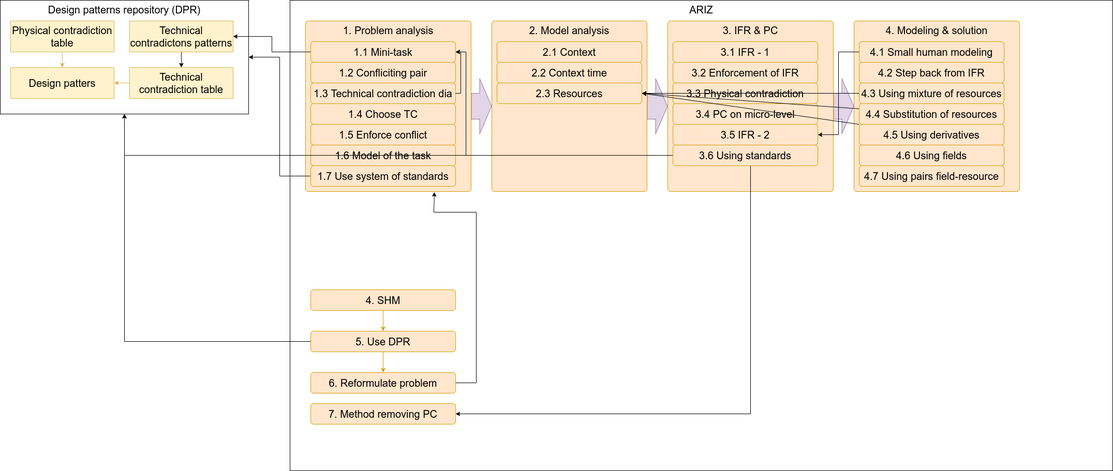
Above: AI_Neurotechnologies_bla_bla_bla_course/TRIZ-ARIZ.png in max-talanov/1 (draw.io), before the change. Source tidied: cells renumbered, new cells last; positions are measured from the earlier drawing's top-left corner, leaving out a move shared by most shapes.
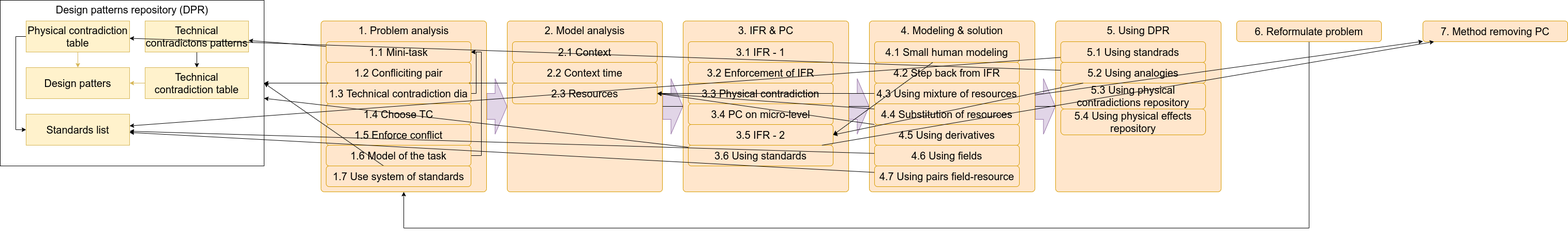
The same diagram one commit later.

Commit message:
decomposed step 5

Change to the diagram source:
```diff
@@ -2,35 +2,19 @@
   <root>
     <mxCell id="0" />
     <mxCell id="1" parent="0" />
-    <mxCell id="2" value="ARIZ" style="rounded=0;whiteSpace=wrap;html=1;fontSize=20;verticalAlign=top;" parent="1" vertex="1">
-      <mxGeometry x="560" width="1590" height="910" as="geometry" />
-    </mxCell>
-    <mxCell id="3" style="edgeStyle=orthogonalEdgeStyle;rounded=0;jettySize=auto;html=1;fontSize=20;fillColor=#ffe6cc;strokeColor=#d79b00;" parent="1" edge="1" source="4" target="6">
-      <mxGeometry relative="1" as="geometry" />
-    </mxCell>
-    <mxCell id="4" value="4. SHM" style="rounded=1;whiteSpace=wrap;html=1;fillColor=#ffe6cc;strokeColor=#d79b00;fontSize=20;" parent="1" vertex="1">
-      <mxGeometry x="600" y="560" width="280" height="40" as="geometry" />
-    </mxCell>
-    <mxCell id="5" style="edgeStyle=orthogonalEdgeStyle;rounded=0;jettySize=auto;html=1;fontSize=20;fillColor=#ffe6cc;strokeColor=#d79b00;" parent="1" edge="1" source="6" target="8">
-      <mxGeometry relative="1" as="geometry" />
-    </mxCell>
-    <mxCell id="6" value="5. Use DPR" style="rounded=1;whiteSpace=wrap;html=1;fillColor=#ffe6cc;strokeColor=#d79b00;fontSize=20;" parent="1" vertex="1">
-      <mxGeometry x="600" y="640" width="280" height="40" as="geometry" />
-    </mxCell>
-    <mxCell id="7" style="edgeStyle=orthogonalEdgeStyle;rounded=0;jettySize=auto;html=1;fontSize=20;entryX=0.778;entryY=1.003;entryDx=0;entryDy=0;entryPerimeter=0;" parent="1" edge="1" source="8" target="16">
+    <mxCell id="7" style="edgeStyle=orthogonalEdgeStyle;rounded=0;jettySize=auto;html=1;fontSize=20;" parent="1" edge="1" source="8" target="16">
       <mxGeometry relative="1" as="geometry">
         <Array as="points">
-          <mxPoint x="920" y="740" />
-          <mxPoint x="920" y="410" />
-          <mxPoint x="838" y="410" />
+          <mxPoint x="2500" y="440" />
+          <mxPoint x="750" y="440" />
         </Array>
       </mxGeometry>
     </mxCell>
     <mxCell id="8" value="6. Reformulate problem" style="rounded=1;whiteSpace=wrap;html=1;fillColor=#ffe6cc;strokeColor=#d79b00;fontSize=20;" parent="1" vertex="1">
-      <mxGeometry x="600" y="720" width="280" height="40" as="geometry" />
+      <mxGeometry x="2360" y="40" width="280" height="40" as="geometry" />
     </mxCell>
     <mxCell id="9" value="Design patterns repository (DPR)" style="rounded=0;whiteSpace=wrap;html=1;fontSize=20;verticalAlign=top;" parent="1" vertex="1">
-      <mxGeometry width="480" height="220" as="geometry" />
+      <mxGeometry x="-30" width="510" height="320" as="geometry" />
     </mxCell>
     <mxCell id="10" style="shape=flexArrow;endArrow=classic;html=1;rounded=0;endWidth=56;endSize=7.33;width=50;entryX=0;entryY=0.5;entryDx=0;entryDy=0;exitX=1;exitY=0.5;exitDx=0;exitDy=0;fillColor=#e1d5e7;strokeColor=#9673a6;" parent="1" edge="1" source="16" target="35">
       <mxGeometry relative="1" as="geometry" />
@@ -39,13 +23,18 @@
       <mxGeometry relative="1" as="geometry" />
     </mxCell>
     <mxCell id="12" value="7. Method removing PC" style="rounded=1;whiteSpace=wrap;html=1;fillColor=#ffe6cc;strokeColor=#d79b00;fontSize=20;" parent="1" vertex="1">
-      <mxGeometry x="600" y="780" width="280" height="40" as="geometry" />
+      <mxGeometry x="2720" y="40" width="280" height="40" as="geometry" />
     </mxCell>
     <mxCell id="13" style="shape=flexArrow;endArrow=classic;html=1;rounded=0;endWidth=56;endSize=7.33;width=50;entryX=0;entryY=0.5;entryDx=0;entryDy=0;exitX=1;exitY=0.5;exitDx=0;exitDy=0;fillColor=#e1d5e7;strokeColor=#9673a6;" parent="1" edge="1" target="48">
       <mxGeometry relative="1" as="geometry">
         <mxPoint x="1610" y="205" as="sourcePoint" />
       </mxGeometry>
     </mxCell>
+    <mxCell id="60" style="shape=flexArrow;endArrow=classic;html=1;rounded=0;endWidth=56;endSize=7.33;width=50;entryX=0;entryY=0.5;entryDx=0;entryDy=0;exitX=1;exitY=0.5;exitDx=0;exitDy=0;fillColor=#e1d5e7;strokeColor=#9673a6;" parent="1" edge="1" target="65">
+      <mxGeometry relative="1" as="geometry">
+        <mxPoint x="1970" y="205" as="sourcePoint" />
+      </mxGeometry>
+    </mxCell>
     <mxCell id="14" value="1" parent="0" />
     <mxCell id="15" style="edgeStyle=orthogonalEdgeStyle;rounded=0;jettySize=auto;html=1;fontSize=20;fillColor=#fff2cc;strokeColor=#d6b656;" parent="14" edge="1" source="17" target="18">
       <mxGeometry relative="1" as="geometry" />
@@ -59,16 +48,24 @@
     <mxCell id="18" value="Design patters" style="rounded=1;whiteSpace=wrap;html=1;fillColor=#fff2cc;strokeColor=#d6b656;fontSize=20;arcSize=0;" parent="14" vertex="1">
       <mxGeometry x="20" y="130" width="200" height="60" as="geometry" />
     </mxCell>
+    <mxCell id="61" style="edgeStyle=none;rounded=0;jettySize=auto;html=1;entryX=0;entryY=0.5;entryDx=0;entryDy=0;" parent="14" edge="1" source="19" target="64">
+      <mxGeometry relative="1" as="geometry">
+        <Array as="points">
+          <mxPoint y="70" />
+          <mxPoint y="250" />
+        </Array>
+      </mxGeometry>
+    </mxCell>
     <mxCell id="19" value="Physical contradiction table" style="rounded=1;whiteSpace=wrap;html=1;fillColor=#fff2cc;strokeColor=#d6b656;fontSize=20;arcSize=0;" parent="14" vertex="1">
       <mxGeometry x="20" y="40" width="200" height="60" as="geometry" />
     </mxCell>
     <mxCell id="20" style="edgeStyle=orthogonalEdgeStyle;rounded=0;jettySize=auto;html=1;exitX=0.5;exitY=1;exitDx=0;exitDy=0;fillColor=#fff2cc;strokeColor=#d6b656;" parent="14" edge="1" source="19" target="18">
       <mxGeometry relative="1" as="geometry" />
     </mxCell>
-    <mxCell id="21" style="edgeStyle=orthogonalEdgeStyle;rounded=0;jettySize=auto;html=1;" parent="14" edge="1" source="6" target="9">
+    <mxCell id="21" style="edgeStyle=orthogonalEdgeStyle;rounded=0;jettySize=auto;html=1;" parent="14" edge="1" source="65" target="9">
       <mxGeometry relative="1" as="geometry" />
     </mxCell>
-    <mxCell id="22" style="edgeStyle=orthogonalEdgeStyle;rounded=0;jettySize=auto;html=1;" parent="14" edge="1" source="23" target="26">
+    <mxCell id="22" style="rounded=0;jettySize=auto;html=1;" parent="14" edge="1" source="23" target="26">
       <mxGeometry relative="1" as="geometry" />
     </mxCell>
     <mxCell id="23" value="1.1 Mini-task" style="rounded=1;whiteSpace=wrap;html=1;fillColor=#ffe6cc;strokeColor=#d79b00;fontSize=20;" parent="14" vertex="1">
@@ -111,7 +108,7 @@
     <mxCell id="32" value="1.6 Model of the task" style="rounded=1;whiteSpace=wrap;html=1;fillColor=#ffe6cc;strokeColor=#d79b00;fontSize=20;" parent="14" vertex="1">
       <mxGeometry x="600" y="280" width="280" height="40" as="geometry" />
     </mxCell>
-    <mxCell id="33" style="edgeStyle=orthogonalEdgeStyle;rounded=0;jettySize=auto;html=1;entryX=1;entryY=0.5;entryDx=0;entryDy=0;" parent="14" edge="1" source="34" target="9">
+    <mxCell id="33" style="rounded=0;jettySize=auto;html=1;entryX=1;entryY=0.5;entryDx=0;entryDy=0;" parent="14" edge="1" source="34" target="9">
       <mxGeometry relative="1" as="geometry" />
     </mxCell>
     <mxCell id="34" value="1.7 Use system of standards" style="rounded=1;whiteSpace=wrap;html=1;fillColor=#ffe6cc;strokeColor=#d79b00;fontSize=20;" parent="14" vertex="1">
@@ -147,25 +144,15 @@
     <mxCell id="44" value="3.5 IFR - 2" style="rounded=1;whiteSpace=wrap;html=1;fillColor=#ffe6cc;strokeColor=#d79b00;fontSize=20;" parent="14" vertex="1">
       <mxGeometry x="1300" y="240" width="280" height="40" as="geometry" />
     </mxCell>
-    <mxCell id="45" style="edgeStyle=orthogonalEdgeStyle;rounded=0;jettySize=auto;html=1;" parent="14" edge="1" source="47" target="9">
+    <mxCell id="45" style="rounded=0;jettySize=auto;html=1;" parent="14" edge="1" source="47" target="9">
       <mxGeometry relative="1" as="geometry" />
     </mxCell>
-    <mxCell id="46" style="edgeStyle=orthogonalEdgeStyle;rounded=0;jettySize=auto;html=1;entryX=1;entryY=0.5;entryDx=0;entryDy=0;" parent="14" edge="1" source="47" target="12">
-      <mxGeometry relative="1" as="geometry">
-        <Array as="points">
-          <mxPoint x="1450" y="800" />
-        </Array>
-      </mxGeometry>
-    </mxCell>
     <mxCell id="47" value="3.6 Using standards" style="rounded=1;whiteSpace=wrap;html=1;fillColor=#ffe6cc;strokeColor=#d79b00;fontSize=20;" parent="14" vertex="1">
       <mxGeometry x="1300" y="280" width="280" height="40" as="geometry" />
     </mxCell>
     <mxCell id="48" value="4. Modeling &amp;amp; solution" style="rounded=1;whiteSpace=wrap;html=1;fillColor=#ffe6cc;strokeColor=#d79b00;fontSize=20;arcSize=2;horizontal=1;verticalAlign=top;" parent="14" vertex="1">
       <mxGeometry x="1650" y="40" width="320" height="330" as="geometry" />
     </mxCell>
-    <mxCell id="49" style="edgeStyle=orthogonalEdgeStyle;rounded=0;jettySize=auto;html=1;entryX=1;entryY=0.5;entryDx=0;entryDy=0;" parent="14" edge="1" source="50" target="44">
-      <mxGeometry relative="1" as="geometry" />
-    </mxCell>
     <mxCell id="50" value="4.1 Small human modeling" style="rounded=1;whiteSpace=wrap;html=1;fillColor=#ffe6cc;strokeColor=#d79b00;fontSize=20;" parent="14" vertex="1">
       <mxGeometry x="1660" y="80" width="280" height="40" as="geometry" />
     </mxCell>
@@ -190,11 +177,53 @@
     <mxCell id="57" value="4.5 Using derivatives" style="rounded=1;whiteSpace=wrap;html=1;fillColor=#ffe6cc;strokeColor=#d79b00;fontSize=20;" parent="14" vertex="1">
       <mxGeometry x="1660" y="240" width="280" height="40" as="geometry" />
     </mxCell>
+    <mxCell id="62" style="edgeStyle=none;rounded=0;jettySize=auto;html=1;" parent="14" edge="1" source="58" target="64">
+      <mxGeometry relative="1" as="geometry" />
+    </mxCell>
     <mxCell id="58" value="4.6 Using fields" style="rounded=1;whiteSpace=wrap;html=1;fillColor=#ffe6cc;strokeColor=#d79b00;fontSize=20;" parent="14" vertex="1">
       <mxGeometry x="1660" y="280" width="280" height="40" as="geometry" />
     </mxCell>
+    <mxCell id="63" style="edgeStyle=none;rounded=0;jettySize=auto;html=1;" parent="14" edge="1" source="59" target="64">
+      <mxGeometry relative="1" as="geometry" />
+    </mxCell>
     <mxCell id="59" value="4.7 Using pairs field-resource" style="rounded=1;whiteSpace=wrap;html=1;fillColor=#ffe6cc;strokeColor=#d79b00;fontSize=20;" parent="14" vertex="1">
       <mxGeometry x="1660" y="320" width="280" height="40" as="geometry" />
     </mxCell>
+    <mxCell id="64" value="Standards list" style="rounded=1;whiteSpace=wrap;html=1;fillColor=#fff2cc;strokeColor=#d6b656;fontSize=20;arcSize=0;" parent="14" vertex="1">
+      <mxGeometry x="20" y="220" width="200" height="60" as="geometry" />
+    </mxCell>
+    <mxCell id="65" value="5. Using DPR" style="rounded=1;whiteSpace=wrap;html=1;fillColor=#ffe6cc;strokeColor=#d79b00;fontSize=20;arcSize=2;horizontal=1;verticalAlign=top;" parent="14" vertex="1">
+      <mxGeometry x="2010" y="40" width="320" height="330" as="geometry" />
+    </mxCell>
+    <mxCell id="66" style="edgeStyle=none;rounded=0;jettySize=auto;html=1;" parent="14" edge="1" source="67" target="64">
+      <mxGeometry relative="1" as="geometry" />
+    </mxCell>
+    <mxCell id="67" value="5.1 Using standrads" style="rounded=1;whiteSpace=wrap;html=1;fillColor=#ffe6cc;strokeColor=#d79b00;fontSize=20;" parent="14" vertex="1">
+      <mxGeometry x="2020" y="80" width="280" height="40" as="geometry" />
+    </mxCell>
+    <mxCell id="68" style="edgeStyle=none;rounded=0;jettySize=auto;html=1;" parent="14" edge="1" source="69" target="19">
+      <mxGeometry relative="1" as="geometry" />
+    </mxCell>
+    <mxCell id="69" value="5.2 Using analogies" style="rounded=1;whiteSpace=wrap;html=1;fillColor=#ffe6cc;strokeColor=#d79b00;fontSize=20;" parent="14" vertex="1">
+      <mxGeometry x="2020" y="120" width="280" height="40" as="geometry" />
+    </mxCell>
+    <mxCell id="70" value="5.3 Using physical contradictions repository" style="rounded=1;whiteSpace=wrap;html=1;fillColor=#ffe6cc;strokeColor=#d79b00;fontSize=20;" parent="14" vertex="1">
+      <mxGeometry x="2020" y="160" width="280" height="50" as="geometry" />
+    </mxCell>
+    <mxCell id="71" value="5.4 Using physical effects repository" style="rounded=1;whiteSpace=wrap;html=1;fillColor=#ffe6cc;strokeColor=#d79b00;fontSize=20;" parent="14" vertex="1">
+      <mxGeometry x="2020" y="210" width="280" height="50" as="geometry" />
+    </mxCell>
+    <mxCell id="46" style="rounded=0;jettySize=auto;html=1;" parent="14" edge="1" source="47" target="12">
+      <mxGeometry relative="1" as="geometry" />
+    </mxCell>
+    <mxCell id="72" style="edgeStyle=none;rounded=0;jettySize=auto;html=1;" parent="14" edge="1" source="48" target="12">
+      <mxGeometry relative="1" as="geometry" />
+    </mxCell>
+    <mxCell id="49" style="rounded=0;jettySize=auto;html=1;entryX=1;entryY=0.5;entryDx=0;entryDy=0;" parent="14" edge="1" source="50" target="44">
+      <mxGeometry relative="1" as="geometry" />
+    </mxCell>
+    <mxCell id="73" style="edgeStyle=none;rounded=0;jettySize=auto;html=1;entryX=1;entryY=0.5;entryDx=0;entryDy=0;" parent="14" edge="1" source="69" target="44">
+      <mxGeometry relative="1" as="geometry" />
+    </mxCell>
   </root>
 </mxGraphModel>
```
